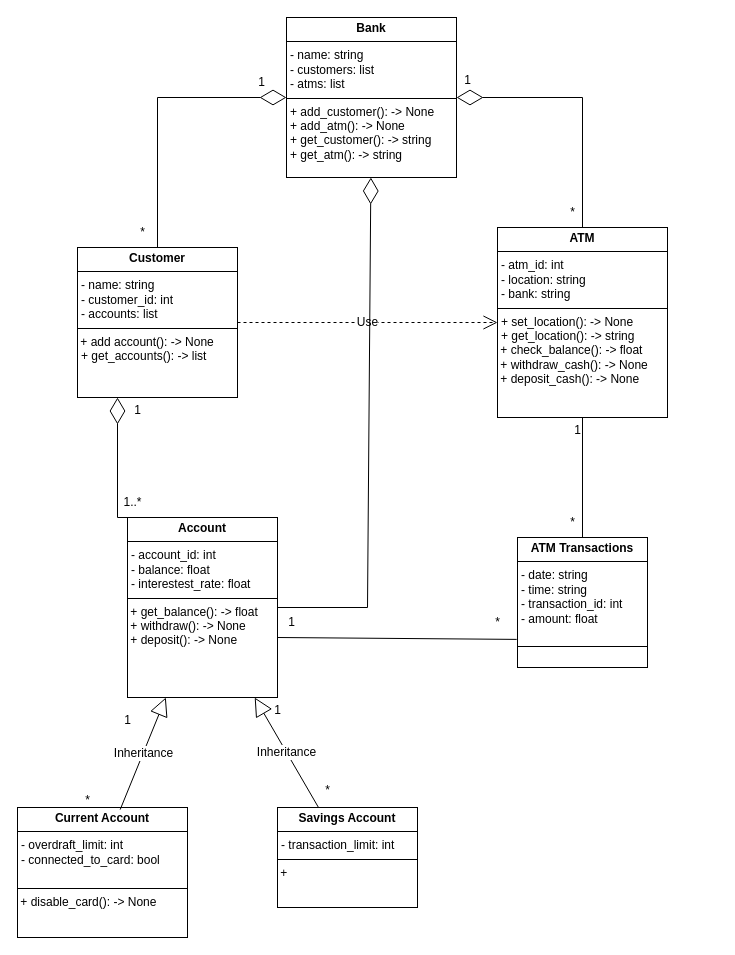
Above: assignment2_class_diagram.drawio in benspz/himolde_spring25 (draw.io), before the change. Source tidied: cells renumbered, new cells numbered last; positions are measured from the earlier drawing's top-left corner, leaving out a move shared by most shapes. Both pictures are drawn from the tidied source at 100%, with x=0, y=0 at pixel (17, 17).
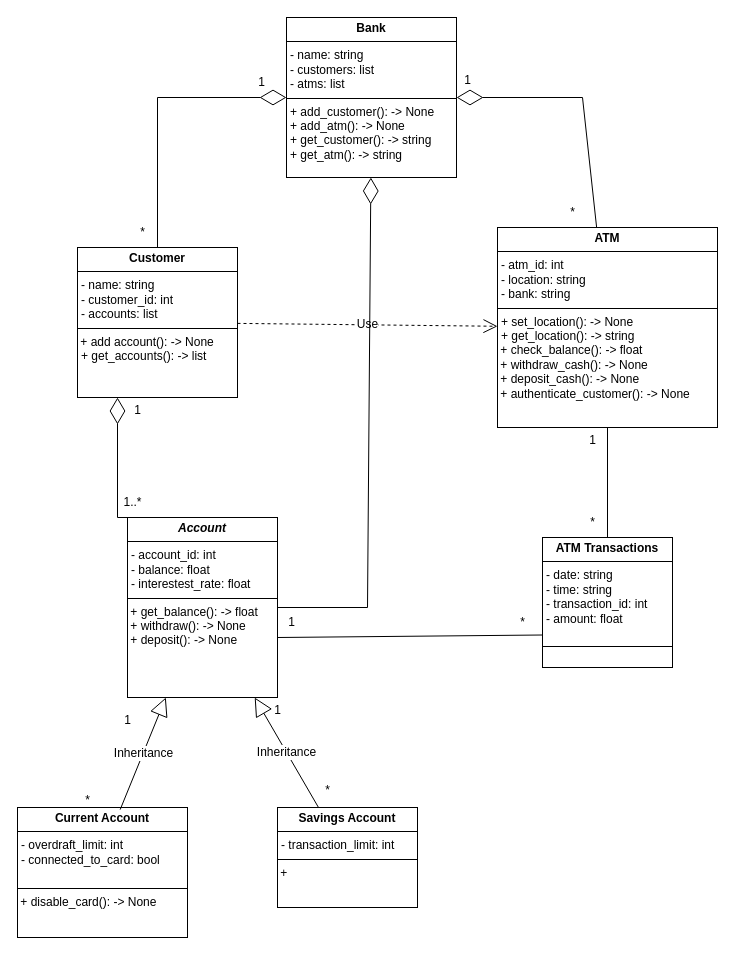
Above is the later version.

The edit, as a diff of the source:
```diff
@@
-<mxGraphModel>
+<mxGraphModel background="#FFFFFF">
@@
-    <mxCell id="3" value="&lt;p style=&quot;margin:0px;margin-top:4px;text-align:center;&quot;&gt;&lt;b&gt;ATM&lt;/b&gt;&lt;/p&gt;&lt;hr size=&quot;1&quot; style=&quot;border-style:solid;&quot;&gt;&lt;p style=&quot;margin:0px;margin-left:4px;&quot;&gt;- atm_id: int&lt;/p&gt;&lt;p style=&quot;margin:0px;margin-left:4px;&quot;&gt;- location: string&lt;/p&gt;&lt;p style=&quot;margin:0px;margin-left:4px;&quot;&gt;- bank: string&lt;/p&gt;&lt;hr size=&quot;1&quot; style=&quot;border-style:solid;&quot;&gt;&lt;p style=&quot;margin:0px;margin-left:4px;&quot;&gt;+ set_location(): -&amp;gt; None&lt;/p&gt;&lt;p style=&quot;margin:0px;margin-left:4px;&quot;&gt;+ get_location(): -&amp;gt; string&lt;/p&gt;&lt;div&gt;&amp;nbsp;+ check_balance(): -&amp;gt; float&lt;/div&gt;&lt;div&gt;&amp;nbsp;+ withdraw_cash(): -&amp;gt; None&lt;/div&gt;&lt;div&gt;&amp;nbsp;+ deposit_cash(): -&amp;gt; None&lt;/div&gt;&lt;p style=&quot;margin:0px;margin-left:4px;&quot;&gt;&lt;br&gt;&lt;/p&gt;" style="verticalAlign=top;align=left;overflow=fill;html=1;whiteSpace=wrap;fontFamily=Helvetica;fontSize=12;fontColor=default;fillColor=none;gradientColor=none;" parent="1" vertex="1">
-      <mxGeometry x="480" y="210" width="170" height="190" as="geometry" />
+    <mxCell id="3" value="&lt;p style=&quot;margin:0px;margin-top:4px;text-align:center;&quot;&gt;&lt;b&gt;ATM&lt;/b&gt;&lt;/p&gt;&lt;hr size=&quot;1&quot; style=&quot;border-style:solid;&quot;&gt;&lt;p style=&quot;margin:0px;margin-left:4px;&quot;&gt;- atm_id: int&lt;/p&gt;&lt;p style=&quot;margin:0px;margin-left:4px;&quot;&gt;- location: string&lt;/p&gt;&lt;p style=&quot;margin:0px;margin-left:4px;&quot;&gt;- bank: string&lt;/p&gt;&lt;hr size=&quot;1&quot; style=&quot;border-style:solid;&quot;&gt;&lt;p style=&quot;margin:0px;margin-left:4px;&quot;&gt;+ set_location(): -&amp;gt; None&lt;/p&gt;&lt;p style=&quot;margin:0px;margin-left:4px;&quot;&gt;+ get_location(): -&amp;gt; string&lt;/p&gt;&lt;div&gt;&amp;nbsp;+ check_balance(): -&amp;gt; float&lt;/div&gt;&lt;div&gt;&amp;nbsp;+ withdraw_cash(): -&amp;gt; None&lt;/div&gt;&lt;div&gt;&amp;nbsp;+ deposit_cash(): -&amp;gt; None&lt;/div&gt;&lt;div&gt;&amp;nbsp;+ authenticate_customer(): -&amp;gt; None&lt;/div&gt;&lt;p style=&quot;margin:0px;margin-left:4px;&quot;&gt;&lt;br&gt;&lt;/p&gt;" style="verticalAlign=top;align=left;overflow=fill;html=1;whiteSpace=wrap;fontFamily=Helvetica;fontSize=12;fontColor=default;fillColor=none;gradientColor=none;" parent="1" vertex="1">
+      <mxGeometry x="480" y="210" width="220" height="200" as="geometry" />
     </mxCell>
@@
-    <mxCell id="6" value="&lt;p style=&quot;margin:0px;margin-top:4px;text-align:center;&quot;&gt;&lt;b&gt;Account&lt;/b&gt;&lt;/p&gt;&lt;hr size=&quot;1&quot; style=&quot;border-style:solid;&quot;&gt;&lt;p style=&quot;margin:0px;margin-left:4px;&quot;&gt;- account_id: int&lt;/p&gt;&lt;p style=&quot;margin:0px;margin-left:4px;&quot;&gt;- balance: float&lt;/p&gt;&lt;p style=&quot;margin:0px;margin-left:4px;&quot;&gt;- interestest_rate: float&lt;/p&gt;&lt;hr size=&quot;1&quot; style=&quot;border-style:solid;&quot;&gt;&lt;div&gt;&amp;nbsp;+ get_balance(): -&amp;gt; float&lt;/div&gt;&lt;div&gt;&amp;nbsp;+ withdraw(): -&amp;gt; None&lt;/div&gt;&lt;div&gt;&amp;nbsp;+ deposit(): -&amp;gt; None&lt;/div&gt;&lt;div&gt;&lt;br&gt;&lt;/div&gt;&lt;p style=&quot;margin:0px;margin-left:4px;&quot;&gt;&lt;br&gt;&lt;/p&gt;" style="verticalAlign=top;align=left;overflow=fill;html=1;whiteSpace=wrap;fontFamily=Helvetica;fontSize=12;fontColor=default;fillColor=none;gradientColor=none;" parent="1" vertex="1">
+    <mxCell id="6" value="&lt;p style=&quot;margin:0px;margin-top:4px;text-align:center;&quot;&gt;&lt;b&gt;&lt;i&gt;Account&lt;/i&gt;&lt;/b&gt;&lt;/p&gt;&lt;hr size=&quot;1&quot; style=&quot;border-style:solid;&quot;&gt;&lt;p style=&quot;margin:0px;margin-left:4px;&quot;&gt;- account_id: int&lt;/p&gt;&lt;p style=&quot;margin:0px;margin-left:4px;&quot;&gt;- balance: float&lt;/p&gt;&lt;p style=&quot;margin:0px;margin-left:4px;&quot;&gt;- interestest_rate: float&lt;/p&gt;&lt;hr size=&quot;1&quot; style=&quot;border-style:solid;&quot;&gt;&lt;div&gt;&amp;nbsp;+ get_balance(): -&amp;gt; float&lt;/div&gt;&lt;div&gt;&amp;nbsp;+ withdraw(): -&amp;gt; None&lt;/div&gt;&lt;div&gt;&amp;nbsp;+ deposit(): -&amp;gt; None&lt;/div&gt;&lt;div&gt;&lt;br&gt;&lt;/div&gt;&lt;p style=&quot;margin:0px;margin-left:4px;&quot;&gt;&lt;br&gt;&lt;/p&gt;" style="verticalAlign=top;align=left;overflow=fill;html=1;whiteSpace=wrap;fontFamily=Helvetica;fontSize=12;fontColor=default;fillColor=none;gradientColor=none;" parent="1" vertex="1">
       <mxGeometry x="110" y="500" width="150" height="180" as="geometry" />
     </mxCell>
     <mxCell id="7" value="&lt;p style=&quot;margin:0px;margin-top:4px;text-align:center;&quot;&gt;&lt;b&gt;ATM Transactions&lt;/b&gt;&lt;/p&gt;&lt;hr size=&quot;1&quot; style=&quot;border-style:solid;&quot;&gt;&lt;p style=&quot;margin:0px;margin-left:4px;&quot;&gt;- date: string&lt;/p&gt;&lt;p style=&quot;margin:0px;margin-left:4px;&quot;&gt;- time: string&lt;/p&gt;&lt;p style=&quot;margin:0px;margin-left:4px;&quot;&gt;- transaction_id: int&lt;/p&gt;&lt;p style=&quot;margin:0px;margin-left:4px;&quot;&gt;- amount: float&lt;/p&gt;&lt;p style=&quot;margin:0px;margin-left:4px;&quot;&gt;&lt;br&gt;&lt;/p&gt;&lt;hr size=&quot;1&quot; style=&quot;border-style:solid;&quot;&gt;" style="verticalAlign=top;align=left;overflow=fill;html=1;whiteSpace=wrap;fontFamily=Helvetica;fontSize=12;fontColor=default;fillColor=none;gradientColor=none;" parent="1" vertex="1">
-      <mxGeometry x="500" y="520" width="130" height="130" as="geometry" />
+      <mxGeometry x="525" y="520" width="130" height="130" as="geometry" />
     </mxCell>
@@
-    <mxCell id="15" style="endArrow=none;html=1;rounded=0;fontFamily=Helvetica;fontSize=12;fontColor=default;entryX=-0.006;entryY=0.553;entryDx=0;entryDy=0;entryPerimeter=0;exitX=1;exitY=0.5;exitDx=0;exitDy=0;" parent="1" edge="1">
+    <mxCell id="15" style="endArrow=none;html=1;rounded=0;fontFamily=Helvetica;fontSize=12;fontColor=default;entryX=0;entryY=0.75;entryDx=0;entryDy=0;exitX=1;exitY=0.5;exitDx=0;exitDy=0;" parent="1" edge="1" target="7">
       <mxGeometry relative="1" as="geometry">
         <mxPoint x="260" y="620" as="sourcePoint" />
-        <mxPoint x="499.2" y="621.9" as="targetPoint" />
       </mxGeometry>
     </mxCell>
@@
     <mxCell id="24" value="*" style="text;html=1;align=center;verticalAlign=middle;strokeColor=none;fillColor=none;fontFamily=Helvetica;fontSize=12;fontColor=default;" parent="1" vertex="1">
-      <mxGeometry x="465" y="590" width="30" height="30" as="geometry" />
+      <mxGeometry x="490" y="590" width="30" height="30" as="geometry" />
     </mxCell>
@@
     <mxCell id="26" value="1" style="text;html=1;align=center;verticalAlign=middle;strokeColor=none;fillColor=none;fontFamily=Helvetica;fontSize=12;fontColor=default;" parent="1" vertex="1">
-      <mxGeometry x="545" y="398" width="30" height="30" as="geometry" />
+      <mxGeometry x="560" y="408" width="30" height="30" as="geometry" />
     </mxCell>
     <mxCell id="27" value="*" style="text;html=1;align=center;verticalAlign=middle;strokeColor=none;fillColor=none;fontFamily=Helvetica;fontSize=12;fontColor=default;" parent="1" vertex="1">
-      <mxGeometry x="540" y="490" width="30" height="30" as="geometry" />
+      <mxGeometry x="560" y="490" width="30" height="30" as="geometry" />
     </mxCell>
```
